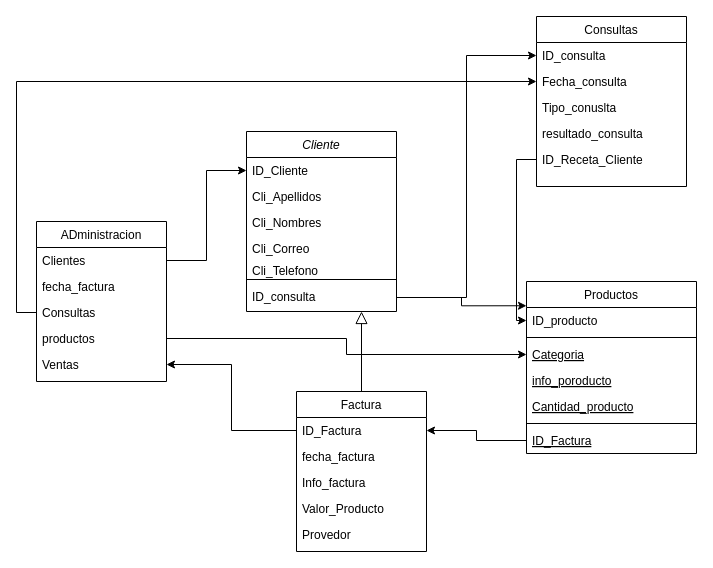
Above: Untitled Diagram.drawio in stivenlaiton20/basesdedatos (draw.io), before the change. Source tidied: cells renumbered, new cells numbered last; positions are measured from the earlier drawing's top-left corner, leaving out a move shared by most shapes. Both pictures are drawn from the tidied source at 100%, with x=0, y=0 at pixel (36, 16).
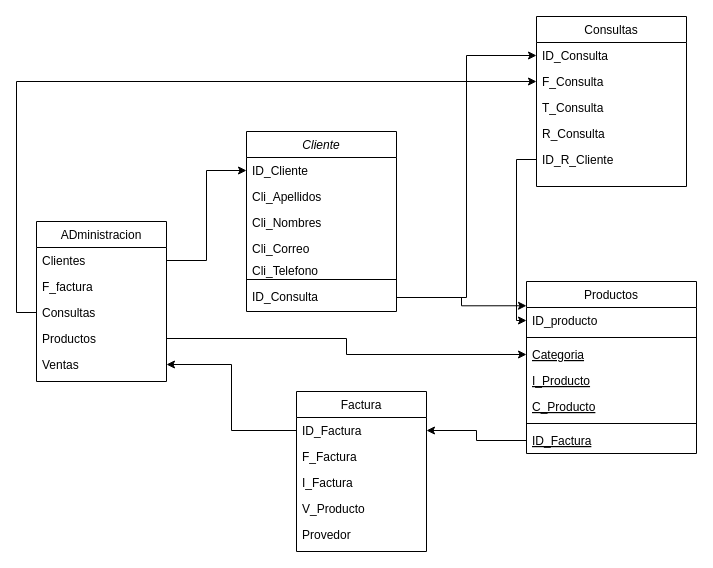
Above is the later version.

Unchanged cells that the change refers to:
```xml
<mxCell id="4" value="Consultas" style="swimlane;fontStyle=0;align=center;verticalAlign=top;horizontal=1;startSize=26;rounded=0;shadow=0;strokeWidth=1;" parent="1" vertex="1">
  <mxGeometry x="500" width="150" height="170" as="geometry" />
</mxCell>
<mxCell id="11" value="Productos" style="swimlane;fontStyle=0;align=center;verticalAlign=top;horizontal=1;startSize=26;rounded=0;shadow=0;strokeWidth=1;" parent="1" vertex="1">
  <mxGeometry x="490" y="265" width="170" height="172" as="geometry" />
</mxCell>
<mxCell id="20" value="Factura" style="swimlane;fontStyle=0;align=center;verticalAlign=top;horizontal=1;startSize=26;rounded=0;shadow=0;strokeWidth=1;" parent="1" vertex="1">
  <mxGeometry x="260" y="375" width="130" height="160" as="geometry" />
</mxCell>
<mxCell id="28" value="Cliente" style="swimlane;fontStyle=2;align=center;verticalAlign=top;horizontal=1;startSize=26;rounded=0;shadow=0;strokeWidth=1;" parent="1" vertex="1">
  <mxGeometry x="210" y="115" width="150" height="180" as="geometry" />
</mxCell>
<mxCell id="37" value="ADministracion" style="swimlane;fontStyle=0;align=center;verticalAlign=top;horizontal=1;startSize=26;rounded=0;shadow=0;strokeWidth=1;" parent="1" vertex="1">
  <mxGeometry y="205" width="130" height="160" as="geometry" />
</mxCell>
```

The edit, as a diff of the source:
```diff
@@
-    <mxCell id="2" style="endArrow=block;endSize=10;endFill=0;shadow=0;strokeWidth=1;rounded=0;edgeStyle=elbowEdgeStyle;elbow=vertical;" parent="1" edge="1" source="20" target="28">
-      <mxGeometry relative="1" as="geometry">
-        <Array as="points">
-          <mxPoint x="230" y="245" />
-        </Array>
-      </mxGeometry>
-    </mxCell>
@@
-    <mxCell id="5" value="ID_consulta" style="text;align=left;verticalAlign=top;spacingLeft=4;spacingRight=4;overflow=hidden;points=[[0,0.5],[1,0.5]];portConstraint=eastwest;" parent="4" vertex="1">
+    <mxCell id="5" value="ID_Consulta" style="text;align=left;verticalAlign=top;spacingLeft=4;spacingRight=4;overflow=hidden;points=[[0,0.5],[1,0.5]];portConstraint=eastwest;" parent="4" vertex="1">
       <mxGeometry y="26" width="150" height="26" as="geometry" />
     </mxCell>
-    <mxCell id="6" value="Fecha_consulta" style="text;align=left;verticalAlign=top;spacingLeft=4;spacingRight=4;overflow=hidden;points=[[0,0.5],[1,0.5]];portConstraint=eastwest;rounded=0;shadow=0;html=0;" parent="4" vertex="1">
+    <mxCell id="6" value="F_Consulta" style="text;align=left;verticalAlign=top;spacingLeft=4;spacingRight=4;overflow=hidden;points=[[0,0.5],[1,0.5]];portConstraint=eastwest;rounded=0;shadow=0;html=0;" parent="4" vertex="1">
       <mxGeometry y="52" width="150" height="26" as="geometry" />
     </mxCell>
-    <mxCell id="7" value="Tipo_conuslta" style="text;align=left;verticalAlign=top;spacingLeft=4;spacingRight=4;overflow=hidden;rounded=0;shadow=0;html=0;" parent="4" vertex="1">
+    <mxCell id="7" value="T_Consulta" style="text;align=left;verticalAlign=top;spacingLeft=4;spacingRight=4;overflow=hidden;rounded=0;shadow=0;html=0;" parent="4" vertex="1">
       <mxGeometry y="78" width="150" height="26" as="geometry" />
     </mxCell>
-    <mxCell id="8" value="resultado_consulta" style="text;align=left;verticalAlign=top;spacingLeft=4;spacingRight=4;overflow=hidden;rounded=0;shadow=0;html=0;" parent="4" vertex="1">
+    <mxCell id="8" value="R_Consulta" style="text;align=left;verticalAlign=top;spacingLeft=4;spacingRight=4;overflow=hidden;rounded=0;shadow=0;html=0;" parent="4" vertex="1">
       <mxGeometry y="104" width="150" height="26" as="geometry" />
     </mxCell>
-    <mxCell id="9" value="ID_Receta_Cliente" style="text;align=left;verticalAlign=top;spacingLeft=4;spacingRight=4;overflow=hidden;points=[[0,0.5],[1,0.5]];portConstraint=eastwest;rounded=0;shadow=0;html=0;" parent="4" vertex="1">
+    <mxCell id="9" value="ID_R_Cliente" style="text;align=left;verticalAlign=top;spacingLeft=4;spacingRight=4;overflow=hidden;points=[[0,0.5],[1,0.5]];portConstraint=eastwest;rounded=0;shadow=0;html=0;" parent="4" vertex="1">
       <mxGeometry y="130" width="150" height="26" as="geometry" />
     </mxCell>
@@
-    <mxCell id="15" value="info_poroducto" style="text;align=left;verticalAlign=top;spacingLeft=4;spacingRight=4;overflow=hidden;fontStyle=4;" parent="11" vertex="1">
+    <mxCell id="15" value="I_Producto" style="text;align=left;verticalAlign=top;spacingLeft=4;spacingRight=4;overflow=hidden;fontStyle=4;" parent="11" vertex="1">
       <mxGeometry y="86" width="170" height="26" as="geometry" />
     </mxCell>
-    <mxCell id="16" value="Cantidad_producto" style="text;align=left;verticalAlign=top;spacingLeft=4;spacingRight=4;overflow=hidden;fontStyle=4;" parent="11" vertex="1">
+    <mxCell id="16" value="C_Producto" style="text;align=left;verticalAlign=top;spacingLeft=4;spacingRight=4;overflow=hidden;fontStyle=4;" parent="11" vertex="1">
       <mxGeometry y="112" width="170" height="26" as="geometry" />
     </mxCell>
@@
-    <mxCell id="22" value="fecha_factura" style="text;align=left;verticalAlign=top;spacingLeft=4;spacingRight=4;overflow=hidden;" parent="20" vertex="1">
+    <mxCell id="22" value="F_Factura" style="text;align=left;verticalAlign=top;spacingLeft=4;spacingRight=4;overflow=hidden;" parent="20" vertex="1">
       <mxGeometry y="52" width="130" height="26" as="geometry" />
     </mxCell>
-    <mxCell id="23" value="Info_factura" style="text;align=left;verticalAlign=top;spacingLeft=4;spacingRight=4;overflow=hidden;" parent="20" vertex="1">
+    <mxCell id="23" value="I_Factura" style="text;align=left;verticalAlign=top;spacingLeft=4;spacingRight=4;overflow=hidden;" parent="20" vertex="1">
       <mxGeometry y="78" width="130" height="26" as="geometry" />
     </mxCell>
-    <mxCell id="24" value="Valor_Producto" style="text;align=left;verticalAlign=top;spacingLeft=4;spacingRight=4;overflow=hidden;" parent="20" vertex="1">
+    <mxCell id="24" value="V_Producto" style="text;align=left;verticalAlign=top;spacingLeft=4;spacingRight=4;overflow=hidden;" parent="20" vertex="1">
       <mxGeometry y="104" width="130" height="26" as="geometry" />
     </mxCell>
@@
-    <mxCell id="35" value="ID_consulta" style="text;align=left;verticalAlign=top;spacingLeft=4;spacingRight=4;overflow=hidden;points=[[0,0.5],[1,0.5]];portConstraint=eastwest;" parent="28" vertex="1">
+    <mxCell id="35" value="ID_Consulta" style="text;align=left;verticalAlign=top;spacingLeft=4;spacingRight=4;overflow=hidden;points=[[0,0.5],[1,0.5]];portConstraint=eastwest;" parent="28" vertex="1">
       <mxGeometry y="152" width="150" height="28" as="geometry" />
     </mxCell>
@@
-    <mxCell id="39" value="fecha_factura" style="text;align=left;verticalAlign=top;spacingLeft=4;spacingRight=4;overflow=hidden;" parent="37" vertex="1">
+    <mxCell id="39" value="F_factura" style="text;align=left;verticalAlign=top;spacingLeft=4;spacingRight=4;overflow=hidden;" parent="37" vertex="1">
       <mxGeometry y="52" width="130" height="26" as="geometry" />
     </mxCell>
@@
-    <mxCell id="41" value="productos" style="text;align=left;verticalAlign=top;spacingLeft=4;spacingRight=4;overflow=hidden;points=[[0,0.5],[1,0.5]];portConstraint=eastwest;" parent="37" vertex="1">
+    <mxCell id="41" value="Productos" style="text;align=left;verticalAlign=top;spacingLeft=4;spacingRight=4;overflow=hidden;points=[[0,0.5],[1,0.5]];portConstraint=eastwest;" parent="37" vertex="1">
       <mxGeometry y="104" width="130" height="26" as="geometry" />
     </mxCell>
```
